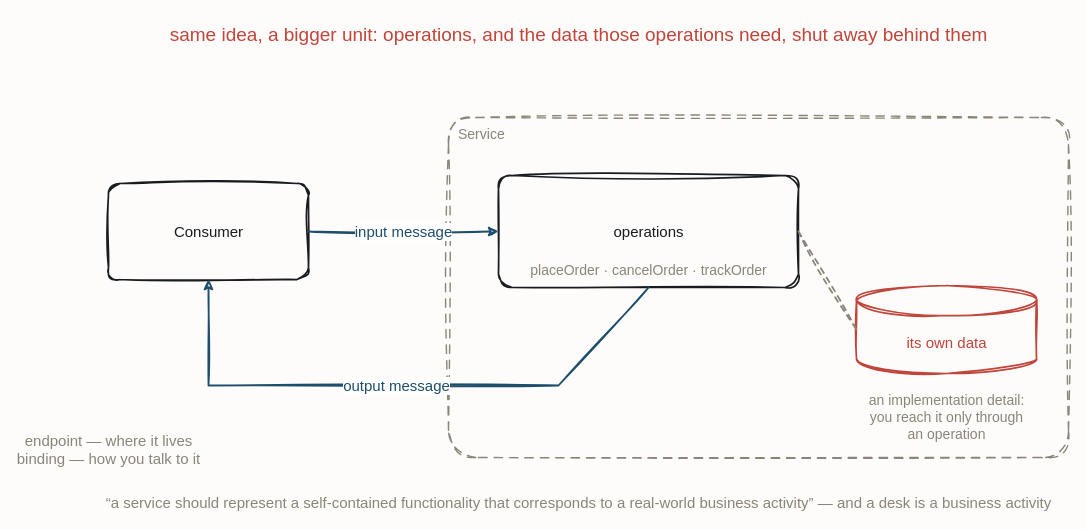
The draw.io diagram resources/flow-soa-service.drawio in iancooper/practical-messaging, before the edit. Source tidied: cells renumbered, new cells numbered last; positions are measured from the earlier drawing's top-left corner, leaving out a move shared by most shapes. Both pictures are drawn from the tidied source at 100%, with x=0, y=0 at pixel (48, 17).
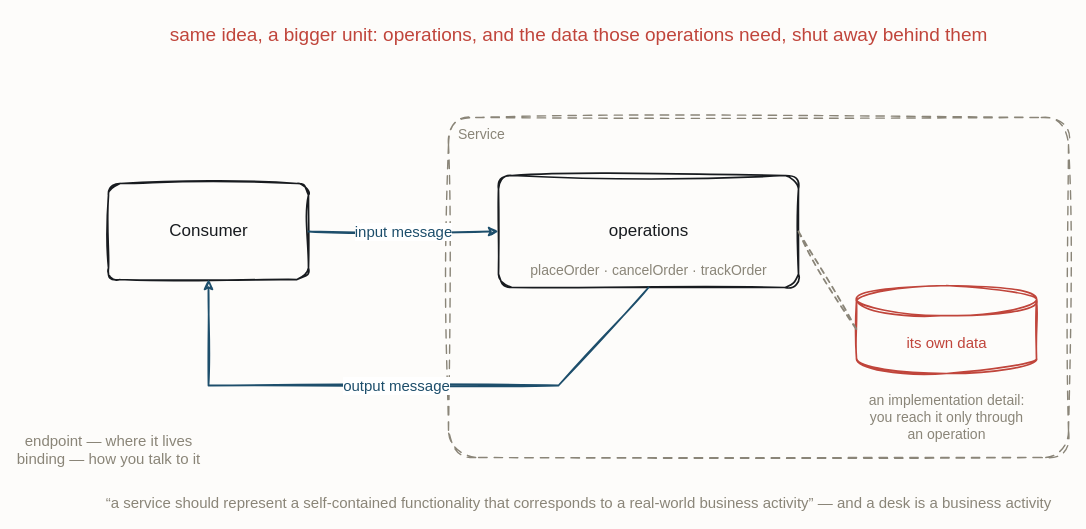
The same diagram, later.

What changed in the source:
```diff
@@
 <mxGraphModel background="#FDFCFA">
   <root>
     <mxCell id="0" />
     <mxCell id="1" parent="0" />
     <mxCell id="2" value="Service" style="sketch=1;hachureGap=4;jiggle=2;curveFitting=1;fontFamily=Caveat;html=1;rounded=1;arcSize=8;verticalAlign=top;align=left;spacingLeft=8;spacingTop=2;fillColor=none;strokeColor=#8A8578;strokeWidth=1.4;fontColor=#8A8578;fontSize=14;dashed=1;dashPattern=6 5;" parent="1" vertex="1">
       <mxGeometry x="400" y="100" width="620" height="340" as="geometry" />
     </mxCell>
     <mxCell id="3" value="same idea, a bigger unit: operations, and the data those operations need, shut away behind them" style="text;html=1;align=center;fontFamily=Caveat;fontSize=19;fontColor=#C0453B;" parent="1" vertex="1">
       <mxGeometry x="470" width="120" height="20" as="geometry" />
     </mxCell>
-    <mxCell id="4" value="operations" style="sketch=1;hachureGap=4;jiggle=2;curveFitting=1;fontFamily=Caveat;html=1;rounded=1;arcSize=12;strokeColor=#181B1F;strokeWidth=1.7;fillColor=none;fontColor=#181B1F;fontSize=15;" parent="1" vertex="1">
+    <mxCell id="4" value="operations" style="sketch=1;hachureGap=4;jiggle=2;curveFitting=1;fontFamily=Caveat;html=1;rounded=1;arcSize=12;strokeColor=#181B1F;strokeWidth=1.7;fillColor=none;fontColor=#181B1F;fontSize=17;" parent="1" vertex="1">
       <mxGeometry x="450" y="158" width="300" height="112" as="geometry" />
     </mxCell>
     <mxCell id="5" value="placeOrder · cancelOrder · trackOrder" style="text;html=1;align=center;fontFamily=Caveat;fontSize=14;fontColor=#8A8578;" parent="1" vertex="1">
       <mxGeometry x="540" y="238" width="120" height="20" as="geometry" />
     </mxCell>
     <mxCell id="6" value="its own data" style="sketch=1;hachureGap=4;jiggle=2;curveFitting=1;fontFamily=Caveat;html=1;shape=cylinder3;boundedLbl=1;backgroundOutline=1;strokeColor=#C0453B;strokeWidth=1.7;fillColor=none;fontColor=#C0453B;fontSize=15;" parent="1" vertex="1">
       <mxGeometry x="808" y="268" width="180" height="88" as="geometry" />
     </mxCell>
-    <mxCell id="7" value="Consumer" style="sketch=1;hachureGap=4;jiggle=2;curveFitting=1;fontFamily=Caveat;html=1;rounded=1;arcSize=12;strokeColor=#181B1F;strokeWidth=1.7;fillColor=none;fontColor=#181B1F;fontSize=15;" parent="1" vertex="1">
+    <mxCell id="7" value="Consumer" style="sketch=1;hachureGap=4;jiggle=2;curveFitting=1;fontFamily=Caveat;html=1;rounded=1;arcSize=12;strokeColor=#181B1F;strokeWidth=1.7;fillColor=none;fontColor=#181B1F;fontSize=17;" parent="1" vertex="1">
       <mxGeometry x="60" y="166" width="200" height="96" as="geometry" />
     </mxCell>
     <mxCell id="8" value="endpoint — where it lives&#10;binding — how you talk to it" style="text;html=1;align=center;fontFamily=Caveat;fontSize=15;fontColor=#8A8578;" parent="1" vertex="1">
       <mxGeometry y="408" width="120" height="20" as="geometry" />
     </mxCell>
     <mxCell id="9" value="an implementation detail:&#10;you reach it only through&#10;an operation" style="text;html=1;align=center;fontFamily=Caveat;fontSize=14;fontColor=#8A8578;" parent="1" vertex="1">
       <mxGeometry x="838" y="368" width="120" height="20" as="geometry" />
     </mxCell>
     <mxCell id="10" value="“a service should represent a self-contained functionality that corresponds to a real-world business activity” — and a desk is a business activity" style="text;html=1;align=center;fontFamily=Caveat;fontSize=15;fontColor=#8A8578;" parent="1" vertex="1">
       <mxGeometry x="470" y="470" width="120" height="20" as="geometry" />
     </mxCell>
     <mxCell id="11" style="sketch=1;jiggle=2;curveFitting=1;edgeStyle=none;rounded=0;strokeColor=#8A8578;strokeWidth=1.8;fontFamily=Caveat;fontSize=15;fontColor=#8A8578;html=1;dashed=1;endArrow=none;exitX=1.0;exitY=0.5;exitDx=0;exitDy=0;entryX=0.0;entryY=0.5;entryDx=0;entryDy=0;" parent="1" edge="1" source="4" target="6">
       <mxGeometry relative="1" as="geometry" />
     </mxCell>
     <mxCell id="12" value="input message" style="sketch=1;jiggle=2;curveFitting=1;edgeStyle=none;rounded=0;strokeColor=#1D4E6B;strokeWidth=1.8;fontFamily=Caveat;fontSize=15;fontColor=#1D4E6B;html=1;exitX=1.0;exitY=0.5;exitDx=0;exitDy=0;entryX=0.0;entryY=0.5;entryDx=0;entryDy=0;" parent="1" edge="1" source="7" target="4">
       <mxGeometry relative="1" as="geometry" />
     </mxCell>
     <mxCell id="13" value="output message" style="sketch=1;jiggle=2;curveFitting=1;edgeStyle=none;rounded=0;strokeColor=#1D4E6B;strokeWidth=1.8;fontFamily=Caveat;fontSize=15;fontColor=#1D4E6B;html=1;exitX=0.5;exitY=1.0;exitDx=0;exitDy=0;entryX=0.5;entryY=1.0;entryDx=0;entryDy=0;" parent="1" edge="1" source="4" target="7">
       <mxGeometry relative="1" as="geometry">
         <Array as="points">
           <mxPoint x="510" y="368" />
           <mxPoint x="160" y="368" />
         </Array>
       </mxGeometry>
     </mxCell>
   </root>
 </mxGraphModel>
```
